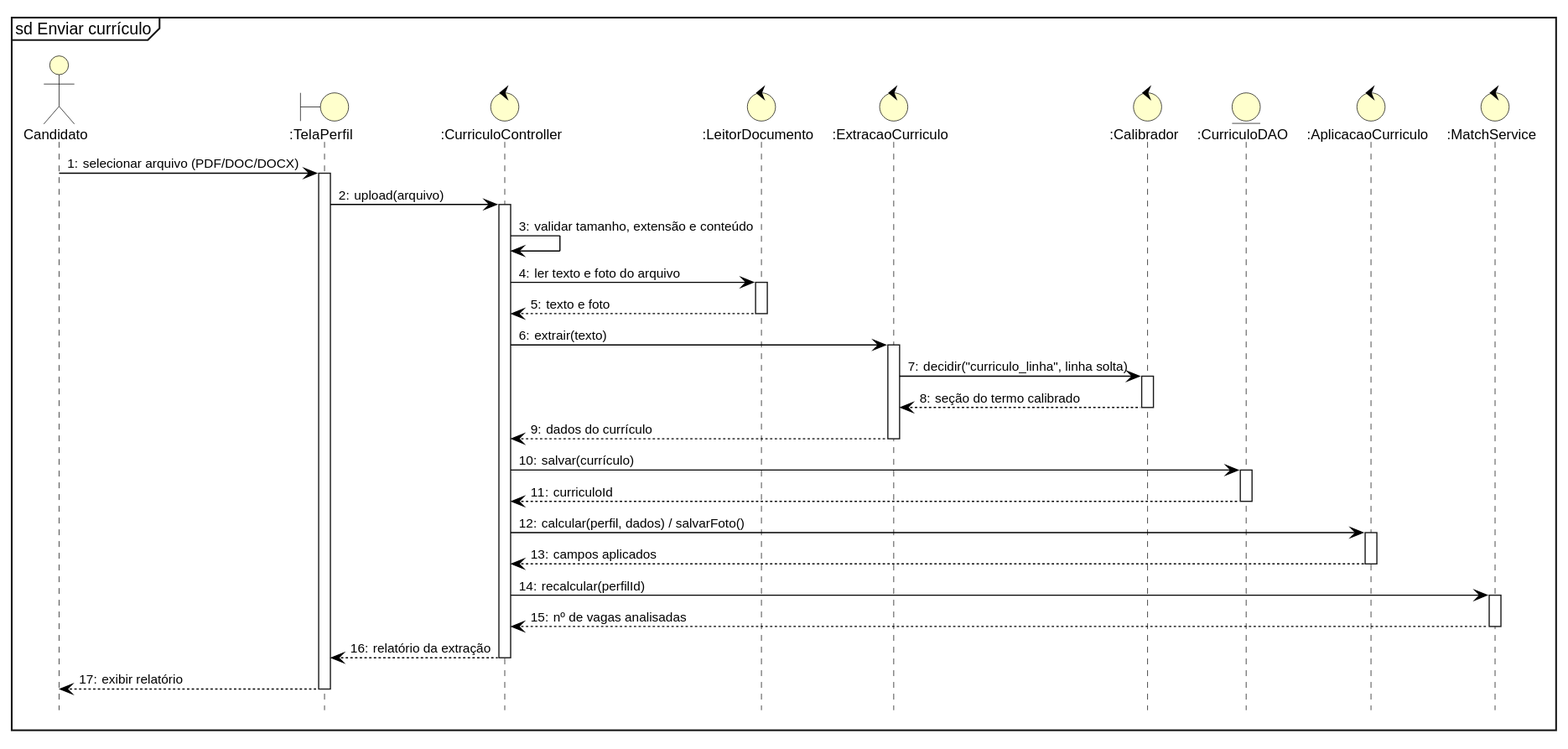
Above: docs/tcc/diagramas/seq04_enviar_curriculo.svg in leonardoabreu2026/tcc-final (PlantUML), before the change. The source it was exported from:
```plantuml
@startuml
!include estilo.iuml
mainframe sd Enviar currículo
autonumber "0:"
hide footbox

actor Candidato as A
boundary ":TelaPerfil" as T
control ":CurriculoController" as C
control ":LeitorDocumento" as L
control ":ExtracaoCurriculo" as X
control ":Calibrador" as K
entity ":CurriculoDAO" as CV
control ":AplicacaoCurriculo" as AP
control ":MatchService" as M
A -> T ++ : selecionar arquivo (PDF/DOC/DOCX)
T -> C ++ : upload(arquivo)
C -> C : validar tamanho, extensão e conteúdo
C -> L ++ : ler texto e foto do arquivo
L --> C -- : texto e foto
C -> X ++ : extrair(texto)
X -> K ++ : decidir("curriculo_linha", linha solta)
K --> X -- : seção do termo calibrado
X --> C -- : dados do currículo
C -> CV ++ : salvar(currículo)
CV --> C -- : curriculoId
C -> AP ++ : calcular(perfil, dados) / salvarFoto()
AP --> C -- : campos aplicados
C -> M ++ : recalcular(perfilId)
M --> C -- : nº de vagas analisadas
C --> T -- : relatório da extração
T --> A -- : exibir relatório
@enduml
```
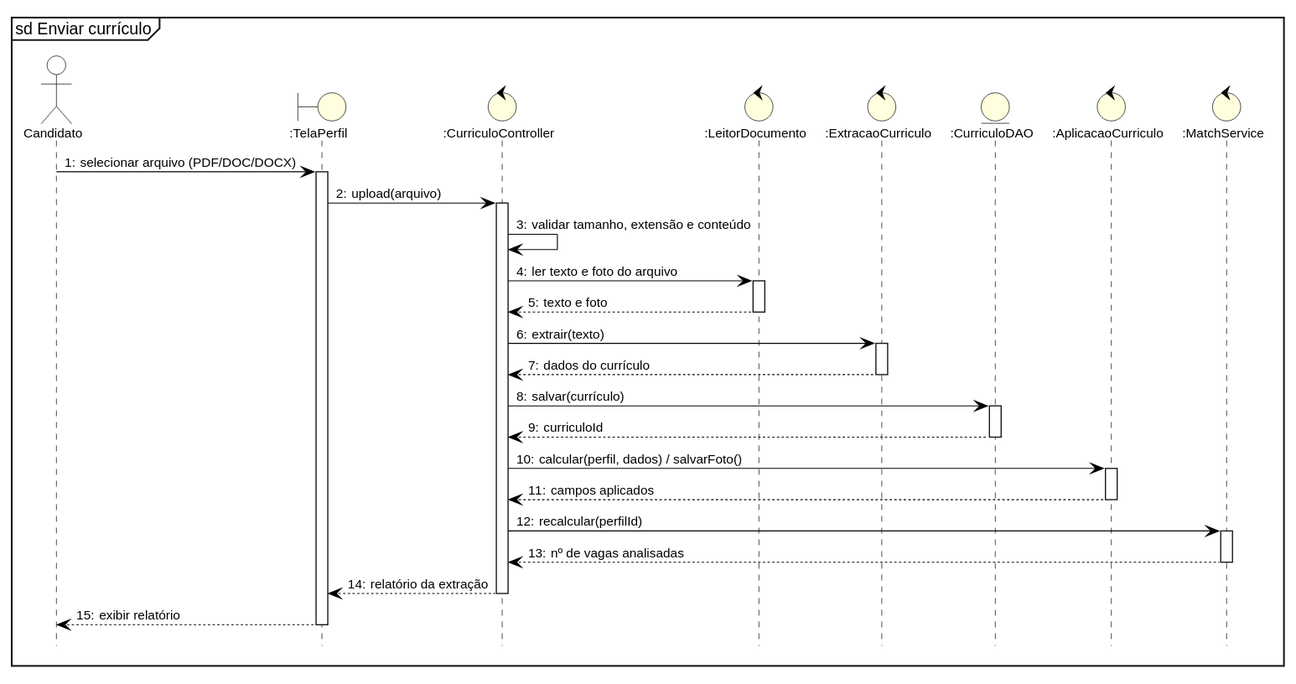
After the commit.

Change to the diagram source:
```diff
@@ -9,7 +9,6 @@
 control ":CurriculoController" as C
 control ":LeitorDocumento" as L
 control ":ExtracaoCurriculo" as X
-control ":Calibrador" as K
 entity ":CurriculoDAO" as CV
 control ":AplicacaoCurriculo" as AP
 control ":MatchService" as M
@@ -19,8 +18,6 @@
 C -> L ++ : ler texto e foto do arquivo
 L --> C -- : texto e foto
 C -> X ++ : extrair(texto)
-X -> K ++ : decidir("curriculo_linha", linha solta)
-K --> X -- : seção do termo calibrado
 X --> C -- : dados do currículo
 C -> CV ++ : salvar(currículo)
 CV --> C -- : curriculoId
```
